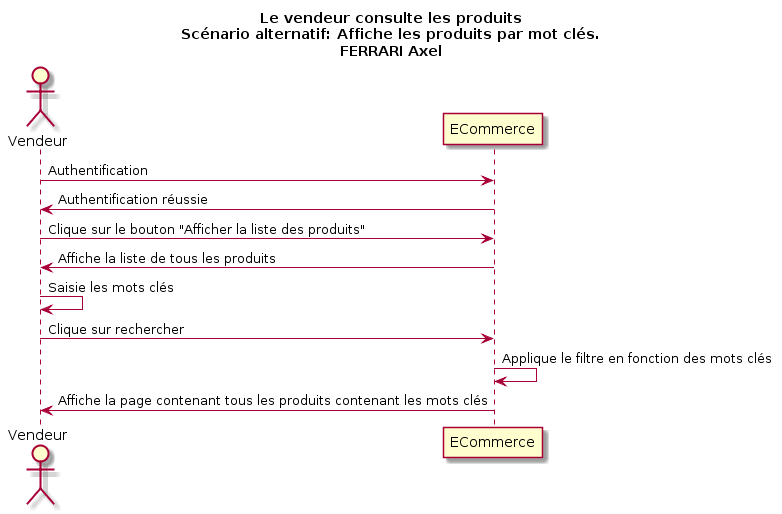
This is DiagSequence/Vendeur/Consulter les produits/Le vendeur consulte les produits Affiche les produits par mots clés.png from Moinketroa/Ebayz, a PlantUML export, as it was before one commit.
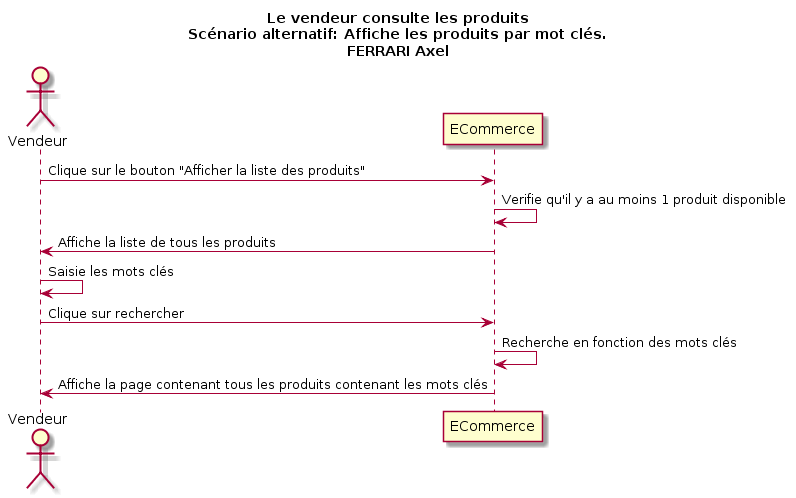
The same file after the commit.

The edit, as a diff of the source:
```diff
@@ -3,12 +3,11 @@
 Actor Vendeur as v
 participant ECommerce as a
 
-v -> a : Authentification
-v <- a : Authentification réussie
 v -> a : Clique sur le bouton "Afficher la liste des produits"
+a -> a : Verifie qu'il y a au moins 1 produit disponible
 v <- a : Affiche la liste de tous les produits
 v -> v : Saisie les mots clés
 v -> a : Clique sur rechercher
-a -> a : Applique le filtre en fonction des mots clés
+a -> a : Recherche en fonction des mots clés
 v <- a : Affiche la page contenant tous les produits contenant les mots clés
 @enduml
```
